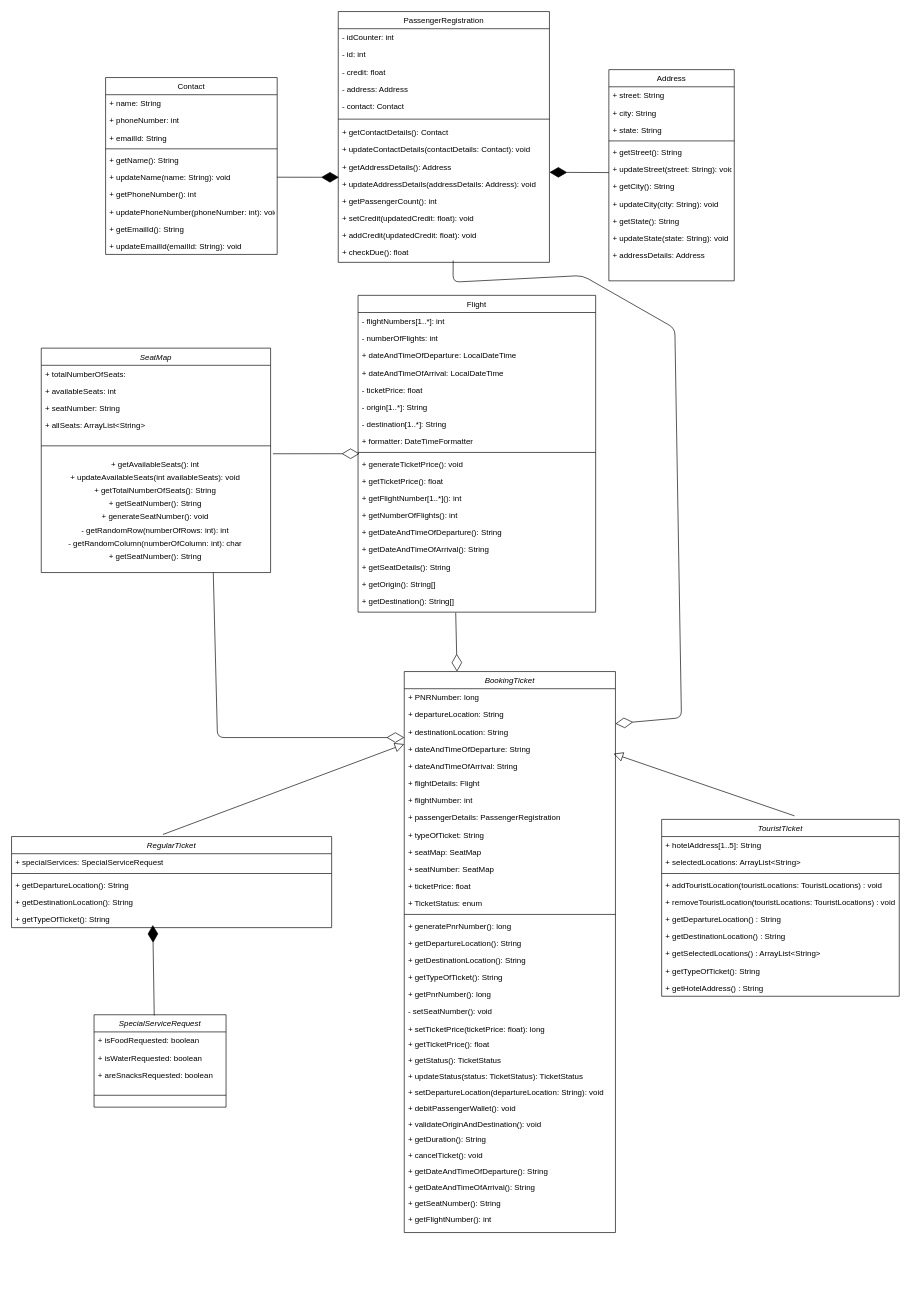
The draw.io diagram Flight Reservation System.drawio in SaiArjunL/my_repo, before the edit. Source tidied: cells renumbered, new cells numbered last; positions are measured from the earlier drawing's top-left corner, leaving out a move shared by most shapes. Both pictures are drawn from the tidied source at 66%, with x=0, y=0 at pixel (11, 11).
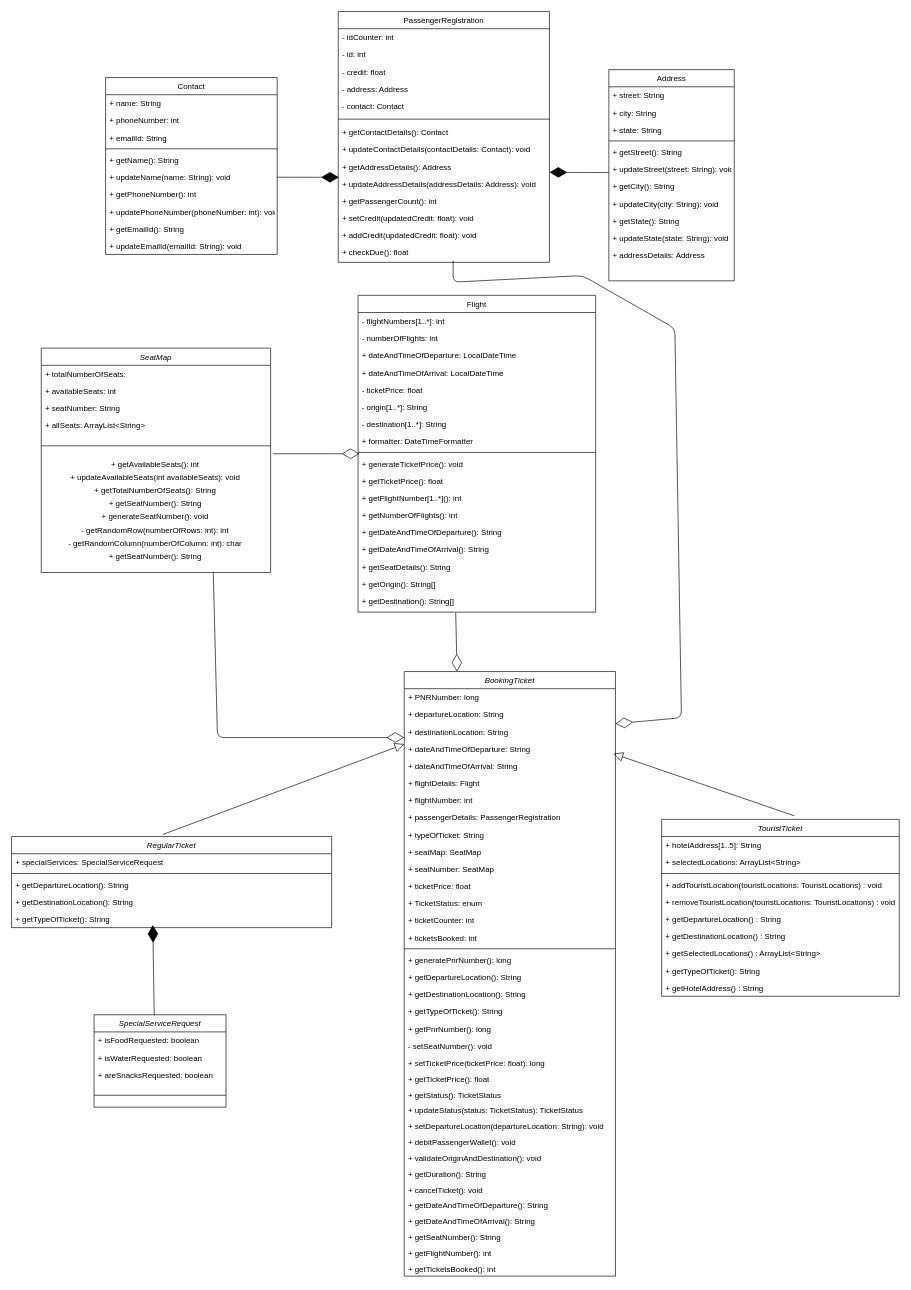
The same diagram, later.

Change to the diagram source:
```diff
@@
     <mxCell id="62" value="BookingTicket" style="swimlane;fontStyle=2;align=center;verticalAlign=top;horizontal=1;startSize=26;rounded=0;shadow=0;strokeWidth=1;" parent="1" vertex="1">
-      <mxGeometry x="595" y="1000" width="320" height="850" as="geometry" />
+      <mxGeometry x="595" y="1000" width="320" height="916" as="geometry" />
     </mxCell>
@@
+    <mxCell id="138" value="+ TicketStatus: enum" style="text;align=left;verticalAlign=top;spacingLeft=4;spacingRight=4;overflow=hidden;rounded=0;shadow=0;html=0;" parent="62" vertex="1">
+      <mxGeometry y="338" width="320" height="26" as="geometry" />
+    </mxCell>
+    <mxCell id="139" value="+ ticketCounter: int" style="text;align=left;verticalAlign=top;spacingLeft=4;spacingRight=4;overflow=hidden;rounded=0;shadow=0;html=0;" parent="62" vertex="1">
+      <mxGeometry y="364" width="320" height="26" as="geometry" />
+    </mxCell>
-    <mxCell id="75" value="+ TicketStatus: enum" style="text;align=left;verticalAlign=top;spacingLeft=4;spacingRight=4;overflow=hidden;rounded=0;shadow=0;html=0;" parent="62" vertex="1">
-      <mxGeometry y="338" width="320" height="26" as="geometry" />
+    <mxCell id="75" value="+ ticketsBooked: int" style="text;align=left;verticalAlign=top;spacingLeft=4;spacingRight=4;overflow=hidden;rounded=0;shadow=0;html=0;" parent="62" vertex="1">
+      <mxGeometry y="390" width="320" height="26" as="geometry" />
     </mxCell>
     <mxCell id="76" style="line;html=1;strokeWidth=1;align=left;verticalAlign=middle;spacingTop=-1;spacingLeft=3;spacingRight=3;labelPosition=right;" parent="62" vertex="1">
-      <mxGeometry y="364" width="320" height="8" as="geometry" />
+      <mxGeometry y="416" width="320" height="8" as="geometry" />
     </mxCell>
     <mxCell id="77" value="+ generatePnrNumber(): long " style="text;align=left;verticalAlign=top;spacingLeft=4;spacingRight=4;overflow=hidden;" parent="62" vertex="1">
-      <mxGeometry y="372" width="320" height="26" as="geometry" />
+      <mxGeometry y="424" width="320" height="26" as="geometry" />
     </mxCell>
     <mxCell id="78" value="+ getDepartureLocation(): String " style="text;align=left;verticalAlign=top;spacingLeft=4;spacingRight=4;overflow=hidden;" parent="62" vertex="1">
-      <mxGeometry y="398" width="320" height="26" as="geometry" />
+      <mxGeometry y="450" width="320" height="26" as="geometry" />
     </mxCell>
     <mxCell id="79" value="+ getDestinationLocation(): String " style="text;align=left;verticalAlign=top;spacingLeft=4;spacingRight=4;overflow=hidden;" parent="62" vertex="1">
-      <mxGeometry y="424" width="320" height="26" as="geometry" />
+      <mxGeometry y="476" width="320" height="26" as="geometry" />
     </mxCell>
     <mxCell id="80" value="+ getTypeOfTicket(): String " style="text;align=left;verticalAlign=top;spacingLeft=4;spacingRight=4;overflow=hidden;" parent="62" vertex="1">
-      <mxGeometry y="450" width="320" height="26" as="geometry" />
+      <mxGeometry y="502" width="320" height="26" as="geometry" />
     </mxCell>
     <mxCell id="81" value="+ getPnrNumber(): long " style="text;align=left;verticalAlign=top;spacingLeft=4;spacingRight=4;overflow=hidden;" parent="62" vertex="1">
-      <mxGeometry y="476" width="320" height="26" as="geometry" />
+      <mxGeometry y="528" width="320" height="26" as="geometry" />
     </mxCell>
     <mxCell id="82" value="- setSeatNumber(): void " style="text;align=left;verticalAlign=top;spacingLeft=4;spacingRight=4;overflow=hidden;" parent="62" vertex="1">
-      <mxGeometry y="502" width="320" height="26" as="geometry" />
+      <mxGeometry y="554" width="320" height="26" as="geometry" />
     </mxCell>
     <mxCell id="83" value="+ setTicketPrice(ticketPrice: float): long " style="text;align=left;verticalAlign=top;spacingLeft=4;spacingRight=4;overflow=hidden;" parent="62" vertex="1">
-      <mxGeometry y="528" width="320" height="24" as="geometry" />
+      <mxGeometry y="580" width="320" height="24" as="geometry" />
     </mxCell>
     <mxCell id="84" value="+ getTicketPrice(): float " style="text;align=left;verticalAlign=top;spacingLeft=4;spacingRight=4;overflow=hidden;" parent="62" vertex="1">
-      <mxGeometry y="552" width="320" height="24" as="geometry" />
+      <mxGeometry y="604" width="320" height="24" as="geometry" />
     </mxCell>
     <mxCell id="85" value="+ getStatus(): TicketStatus " style="text;align=left;verticalAlign=top;spacingLeft=4;spacingRight=4;overflow=hidden;" parent="62" vertex="1">
-      <mxGeometry y="576" width="320" height="24" as="geometry" />
+      <mxGeometry y="628" width="320" height="24" as="geometry" />
     </mxCell>
     <mxCell id="86" value="+ updateStatus(status: TicketStatus): TicketStatus " style="text;align=left;verticalAlign=top;spacingLeft=4;spacingRight=4;overflow=hidden;" parent="62" vertex="1">
-      <mxGeometry y="600" width="320" height="24" as="geometry" />
+      <mxGeometry y="652" width="320" height="24" as="geometry" />
     </mxCell>
     <mxCell id="87" value="+ setDepartureLocation(departureLocation: String): void " style="text;align=left;verticalAlign=top;spacingLeft=4;spacingRight=4;overflow=hidden;" parent="62" vertex="1">
-      <mxGeometry y="624" width="320" height="24" as="geometry" />
+      <mxGeometry y="676" width="320" height="24" as="geometry" />
     </mxCell>
     <mxCell id="88" value="+ debitPassengerWallet(): void " style="text;align=left;verticalAlign=top;spacingLeft=4;spacingRight=4;overflow=hidden;" parent="62" vertex="1">
-      <mxGeometry y="648" width="320" height="24" as="geometry" />
+      <mxGeometry y="700" width="320" height="24" as="geometry" />
     </mxCell>
     <mxCell id="89" value="+ validateOriginAndDestination(): void " style="text;align=left;verticalAlign=top;spacingLeft=4;spacingRight=4;overflow=hidden;" parent="62" vertex="1">
-      <mxGeometry y="672" width="320" height="24" as="geometry" />
+      <mxGeometry y="724" width="320" height="24" as="geometry" />
     </mxCell>
     <mxCell id="90" value="+ getDuration(): String " style="text;align=left;verticalAlign=top;spacingLeft=4;spacingRight=4;overflow=hidden;" parent="62" vertex="1">
-      <mxGeometry y="696" width="320" height="24" as="geometry" />
+      <mxGeometry y="748" width="320" height="24" as="geometry" />
     </mxCell>
     <mxCell id="91" value="+ cancelTicket(): void " style="text;align=left;verticalAlign=top;spacingLeft=4;spacingRight=4;overflow=hidden;" parent="62" vertex="1">
-      <mxGeometry y="720" width="320" height="24" as="geometry" />
+      <mxGeometry y="772" width="320" height="24" as="geometry" />
     </mxCell>
     <mxCell id="92" value="+ getDateAndTimeOfDeparture(): String " style="text;align=left;verticalAlign=top;spacingLeft=4;spacingRight=4;overflow=hidden;" parent="62" vertex="1">
-      <mxGeometry y="744" width="320" height="24" as="geometry" />
+      <mxGeometry y="796" width="320" height="24" as="geometry" />
     </mxCell>
     <mxCell id="93" value="+ getDateAndTimeOfArrival(): String " style="text;align=left;verticalAlign=top;spacingLeft=4;spacingRight=4;overflow=hidden;" parent="62" vertex="1">
-      <mxGeometry y="768" width="320" height="24" as="geometry" />
+      <mxGeometry y="820" width="320" height="24" as="geometry" />
     </mxCell>
     <mxCell id="94" value="+ getSeatNumber(): String " style="text;align=left;verticalAlign=top;spacingLeft=4;spacingRight=4;overflow=hidden;" parent="62" vertex="1">
-      <mxGeometry y="792" width="320" height="24" as="geometry" />
+      <mxGeometry y="844" width="320" height="24" as="geometry" />
     </mxCell>
     <mxCell id="95" value="+ getFlightNumber(): int " style="text;align=left;verticalAlign=top;spacingLeft=4;spacingRight=4;overflow=hidden;" parent="62" vertex="1">
-      <mxGeometry y="816" width="320" height="24" as="geometry" />
+      <mxGeometry y="868" width="320" height="24" as="geometry" />
     </mxCell>
+    <mxCell id="140" value="+ getTicketsBooked(): int " style="text;align=left;verticalAlign=top;spacingLeft=4;spacingRight=4;overflow=hidden;" parent="62" vertex="1">
+      <mxGeometry y="892" width="320" height="24" as="geometry" />
+    </mxCell>
```
